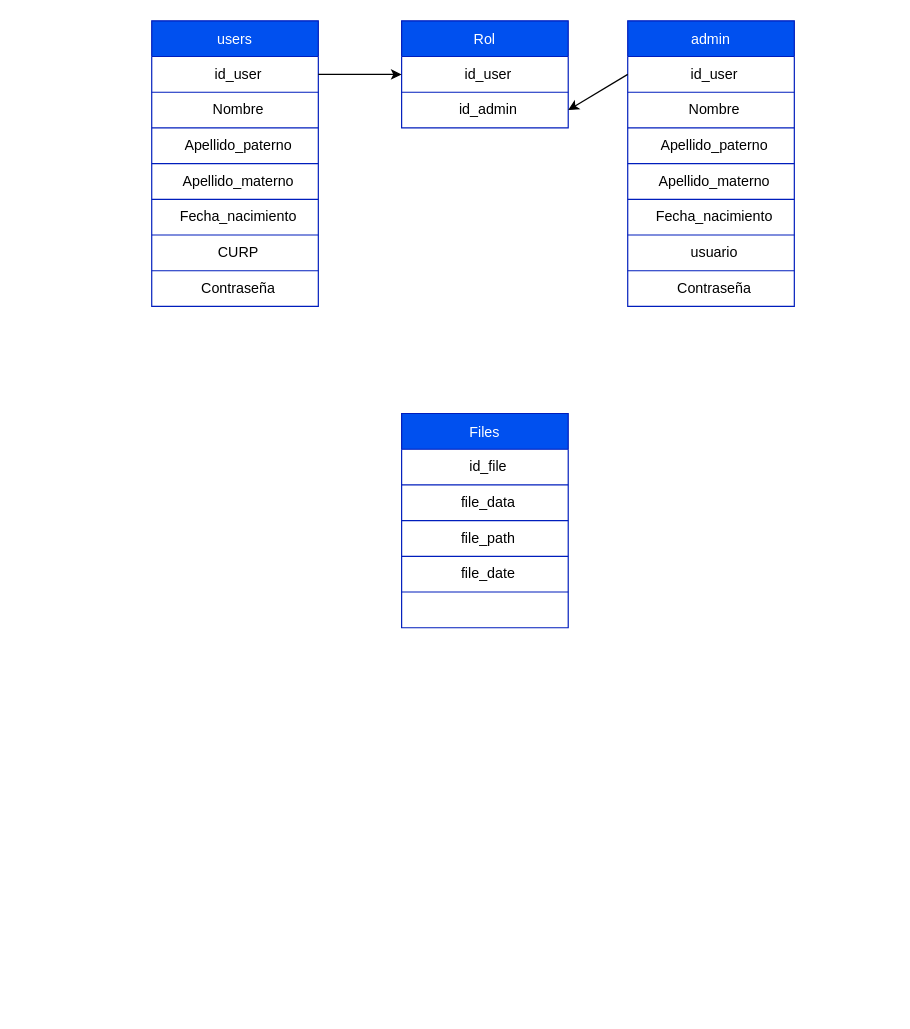
PandaFuKen/SevWebs keeps this draw.io diagram as SEV.drawio. Above is the earlier version. Source tidied: cells renumbered, new cells numbered last; positions are measured from the earlier drawing's top-left corner, leaving out a move shared by most shapes. Both pictures are drawn from the tidied source at 119%, with x=0, y=0 at pixel (151, 20).
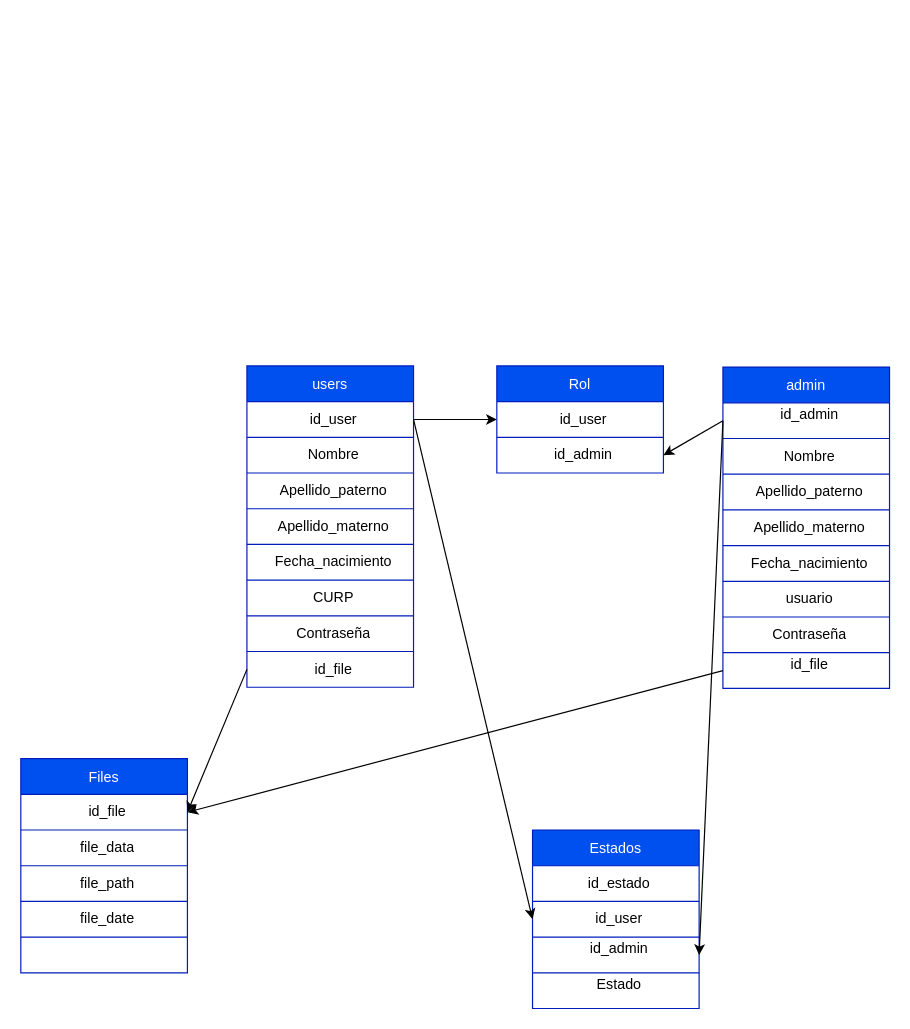
The same diagram, later.

The change refers to these unchanged cells:
```xml
<mxCell id="3" style="shape=tableRow;horizontal=0;startSize=0;swimlaneHead=0;swimlaneBody=0;top=0;left=0;bottom=0;right=0;fillColor=none;points=[[0,0.5],[1,0.5]];portConstraint=eastwest;align=center;fontStyle=0;labelBackgroundColor=default;labelBorderColor=none;" parent="2" vertex="1">
  <mxGeometry y="30" width="140" height="30" as="geometry" />
</mxCell>
<mxCell id="24" style="shape=tableRow;horizontal=0;startSize=0;swimlaneHead=0;swimlaneBody=0;top=0;left=0;bottom=0;right=0;fillColor=none;points=[[0,0.5],[1,0.5]];portConstraint=eastwest;align=center;fontStyle=0;labelBackgroundColor=default;labelBorderColor=none;" parent="23" vertex="1">
  <mxGeometry y="30" width="140" height="30" as="geometry" />
</mxCell>
<mxCell id="40" style="shape=tableRow;horizontal=0;startSize=0;swimlaneHead=0;swimlaneBody=0;top=0;left=0;bottom=0;right=0;fillColor=none;points=[[0,0.5],[1,0.5]];portConstraint=eastwest;align=center;fontStyle=0;labelBackgroundColor=default;labelBorderColor=none;" parent="39" vertex="1">
  <mxGeometry y="30" width="140" height="30" as="geometry" />
</mxCell>
```

What changed in the source:
```diff
@@
     <mxCell id="2" value="users" style="shape=table;startSize=30;childLayout=tableLayout;rowLines=1;fontStyle=0;resizeLastRow=0;align=center;labelBackgroundColor=none;labelBorderColor=none;fillColor=#0050ef;fontColor=#ffffff;strokeColor=#001DBC;" parent="1" vertex="1">
-      <mxGeometry width="140" height="240" as="geometry" />
+      <mxGeometry x="80" y="290" width="140" height="270" as="geometry" />
     </mxCell>
@@
+    <mxCell id="50" style="shape=tableRow;horizontal=0;startSize=0;swimlaneHead=0;swimlaneBody=0;top=0;left=0;bottom=0;right=0;fillColor=none;points=[[0,0.5],[1,0.5]];portConstraint=eastwest;align=center;fontStyle=0;labelBackgroundColor=default;labelBorderColor=none;" parent="2" vertex="1">
+      <mxGeometry y="240" width="140" height="30" as="geometry" />
+    </mxCell>
+    <mxCell id="51" value="id_file" style="shape=partialRectangle;html=1;fillColor=none;top=0;left=0;bottom=0;right=0;align=center;spacingLeft=6;overflow=hidden;fontStyle=0;labelBackgroundColor=default;labelBorderColor=none;" parent="50" vertex="1">
+      <mxGeometry width="140" height="30" as="geometry" />
+    </mxCell>
     <mxCell id="17" value="Rol" style="shape=table;startSize=30;childLayout=tableLayout;rowLines=1;fontStyle=0;resizeLastRow=0;align=center;labelBackgroundColor=none;labelBorderColor=none;fillColor=#0050ef;fontColor=#ffffff;strokeColor=#001DBC;" parent="1" vertex="1">
-      <mxGeometry x="210" width="140" height="90" as="geometry" />
+      <mxGeometry x="290" y="290" width="140" height="90" as="geometry" />
     </mxCell>
@@
     <mxCell id="23" value="admin" style="shape=table;startSize=30;childLayout=tableLayout;rowLines=1;fontStyle=0;resizeLastRow=0;align=center;labelBackgroundColor=none;labelBorderColor=none;fillColor=#0050ef;fontColor=#ffffff;strokeColor=#001DBC;" parent="1" vertex="1">
-      <mxGeometry x="400" width="140" height="240" as="geometry" />
+      <mxGeometry x="480" y="291" width="140" height="270" as="geometry" />
     </mxCell>
@@
-    <mxCell id="25" value="id_user" style="shape=partialRectangle;html=1;fillColor=none;top=0;left=0;bottom=0;right=0;align=center;spacingLeft=6;overflow=hidden;fontStyle=0;labelBackgroundColor=default;labelBorderColor=none;" parent="24" vertex="1">
+    <mxCell id="25" value="id_admin&lt;div&gt;&lt;br&gt;&lt;/div&gt;" style="shape=partialRectangle;html=1;fillColor=none;top=0;left=0;bottom=0;right=0;align=center;spacingLeft=6;overflow=hidden;fontStyle=0;labelBackgroundColor=default;labelBorderColor=none;" parent="24" vertex="1">
       <mxGeometry width="140" height="30" as="geometry" />
     </mxCell>
@@
+    <mxCell id="52" style="shape=tableRow;horizontal=0;startSize=0;swimlaneHead=0;swimlaneBody=0;top=0;left=0;bottom=0;right=0;fillColor=none;points=[[0,0.5],[1,0.5]];portConstraint=eastwest;align=center;fontStyle=0;labelBackgroundColor=default;labelBorderColor=none;" parent="23" vertex="1">
+      <mxGeometry y="240" width="140" height="30" as="geometry" />
+    </mxCell>
+    <mxCell id="53" value="id_file&lt;div&gt;&lt;br&gt;&lt;/div&gt;" style="shape=partialRectangle;html=1;fillColor=none;top=0;left=0;bottom=0;right=0;align=center;spacingLeft=6;overflow=hidden;fontStyle=0;labelBackgroundColor=default;labelBorderColor=none;" parent="52" vertex="1">
+      <mxGeometry width="140" height="30" as="geometry" />
+    </mxCell>
@@
     <mxCell id="39" value="Files" style="shape=table;startSize=30;childLayout=tableLayout;rowLines=1;fontStyle=0;resizeLastRow=0;align=center;labelBackgroundColor=none;labelBorderColor=none;fillColor=#0050ef;fontColor=#ffffff;strokeColor=#001DBC;" parent="1" vertex="1">
-      <mxGeometry x="210" y="330" width="140" height="180" as="geometry" />
+      <mxGeometry x="-110" y="620" width="140" height="180" as="geometry" />
     </mxCell>
@@
+    <mxCell id="54" value="Estados" style="shape=table;startSize=30;childLayout=tableLayout;rowLines=1;fontStyle=0;resizeLastRow=0;align=center;labelBackgroundColor=none;labelBorderColor=none;fillColor=#0050ef;fontColor=#ffffff;strokeColor=#001DBC;" parent="1" vertex="1">
+      <mxGeometry x="320" y="680" width="140" height="150" as="geometry" />
+    </mxCell>
+    <mxCell id="55" style="shape=tableRow;horizontal=0;startSize=0;swimlaneHead=0;swimlaneBody=0;top=0;left=0;bottom=0;right=0;fillColor=none;align=center;fontStyle=0;labelBackgroundColor=default;labelBorderColor=none;" parent="54" vertex="1">
+      <mxGeometry y="30" width="140" height="30" as="geometry" />
+    </mxCell>
+    <mxCell id="56" value="id_estado" style="shape=partialRectangle;html=1;fillColor=none;top=0;left=0;bottom=0;right=0;align=center;spacingLeft=6;overflow=hidden;fontStyle=0;labelBackgroundColor=default;labelBorderColor=none;" parent="55" vertex="1">
+      <mxGeometry width="140" height="30" as="geometry" />
+    </mxCell>
+    <mxCell id="57" style="shape=tableRow;horizontal=0;startSize=0;swimlaneHead=0;swimlaneBody=0;top=0;left=0;bottom=0;right=0;fillColor=none;align=center;fontStyle=0;labelBackgroundColor=default;labelBorderColor=none;" parent="54" vertex="1">
+      <mxGeometry y="60" width="140" height="30" as="geometry" />
+    </mxCell>
+    <mxCell id="58" value="id_user" style="shape=partialRectangle;html=1;fillColor=none;top=0;left=0;bottom=0;right=0;align=center;spacingLeft=6;overflow=hidden;fontStyle=0;labelBackgroundColor=default;labelBorderColor=none;" parent="57" vertex="1">
+      <mxGeometry width="140" height="30" as="geometry" />
+    </mxCell>
+    <mxCell id="59" style="shape=tableRow;horizontal=0;startSize=0;swimlaneHead=0;swimlaneBody=0;top=0;left=0;bottom=0;right=0;fillColor=none;points=[[0,0.5],[1,0.5]];portConstraint=eastwest;align=center;fontStyle=0;labelBackgroundColor=default;labelBorderColor=none;" parent="54" vertex="1">
+      <mxGeometry y="90" width="140" height="30" as="geometry" />
+    </mxCell>
+    <mxCell id="60" value="id_admin&lt;div&gt;&lt;br&gt;&lt;/div&gt;" style="shape=partialRectangle;html=1;fillColor=none;top=0;left=0;bottom=0;right=0;align=center;spacingLeft=6;overflow=hidden;fontStyle=0;labelBackgroundColor=default;labelBorderColor=none;" parent="59" vertex="1">
+      <mxGeometry width="140" height="30" as="geometry" />
+    </mxCell>
+    <mxCell id="61" style="shape=tableRow;horizontal=0;startSize=0;swimlaneHead=0;swimlaneBody=0;top=0;left=0;bottom=0;right=0;fillColor=none;align=center;fontStyle=0;labelBackgroundColor=default;labelBorderColor=none;" parent="54" vertex="1">
+      <mxGeometry y="120" width="140" height="30" as="geometry" />
+    </mxCell>
+    <mxCell id="62" value="Estado&lt;div&gt;&lt;br&gt;&lt;/div&gt;" style="shape=partialRectangle;html=1;fillColor=none;top=0;left=0;bottom=0;right=0;align=center;spacingLeft=6;overflow=hidden;fontStyle=0;labelBackgroundColor=default;labelBorderColor=none;" parent="61" vertex="1">
+      <mxGeometry width="140" height="30" as="geometry" />
+    </mxCell>
+    <mxCell id="63" style="edgeStyle=none;html=1;exitX=1;exitY=0.5;exitDx=0;exitDy=0;entryX=0;entryY=0.5;entryDx=0;entryDy=0;" parent="1" edge="1" source="3" target="54">
+      <mxGeometry relative="1" as="geometry" />
+    </mxCell>
+    <mxCell id="64" style="edgeStyle=none;html=1;exitX=0;exitY=0.5;exitDx=0;exitDy=0;entryX=1;entryY=0.5;entryDx=0;entryDy=0;" parent="1" edge="1" source="24" target="59">
+      <mxGeometry relative="1" as="geometry" />
+    </mxCell>
+    <mxCell id="65" style="edgeStyle=none;html=1;exitX=0;exitY=0.5;exitDx=0;exitDy=0;entryX=1;entryY=0.5;entryDx=0;entryDy=0;" parent="1" edge="1" source="50" target="40">
+      <mxGeometry relative="1" as="geometry" />
+    </mxCell>
+    <mxCell id="66" style="edgeStyle=none;html=1;exitX=0;exitY=0.5;exitDx=0;exitDy=0;entryX=1;entryY=0.5;entryDx=0;entryDy=0;" parent="1" edge="1" source="52" target="40">
+      <mxGeometry relative="1" as="geometry" />
+    </mxCell>
```
